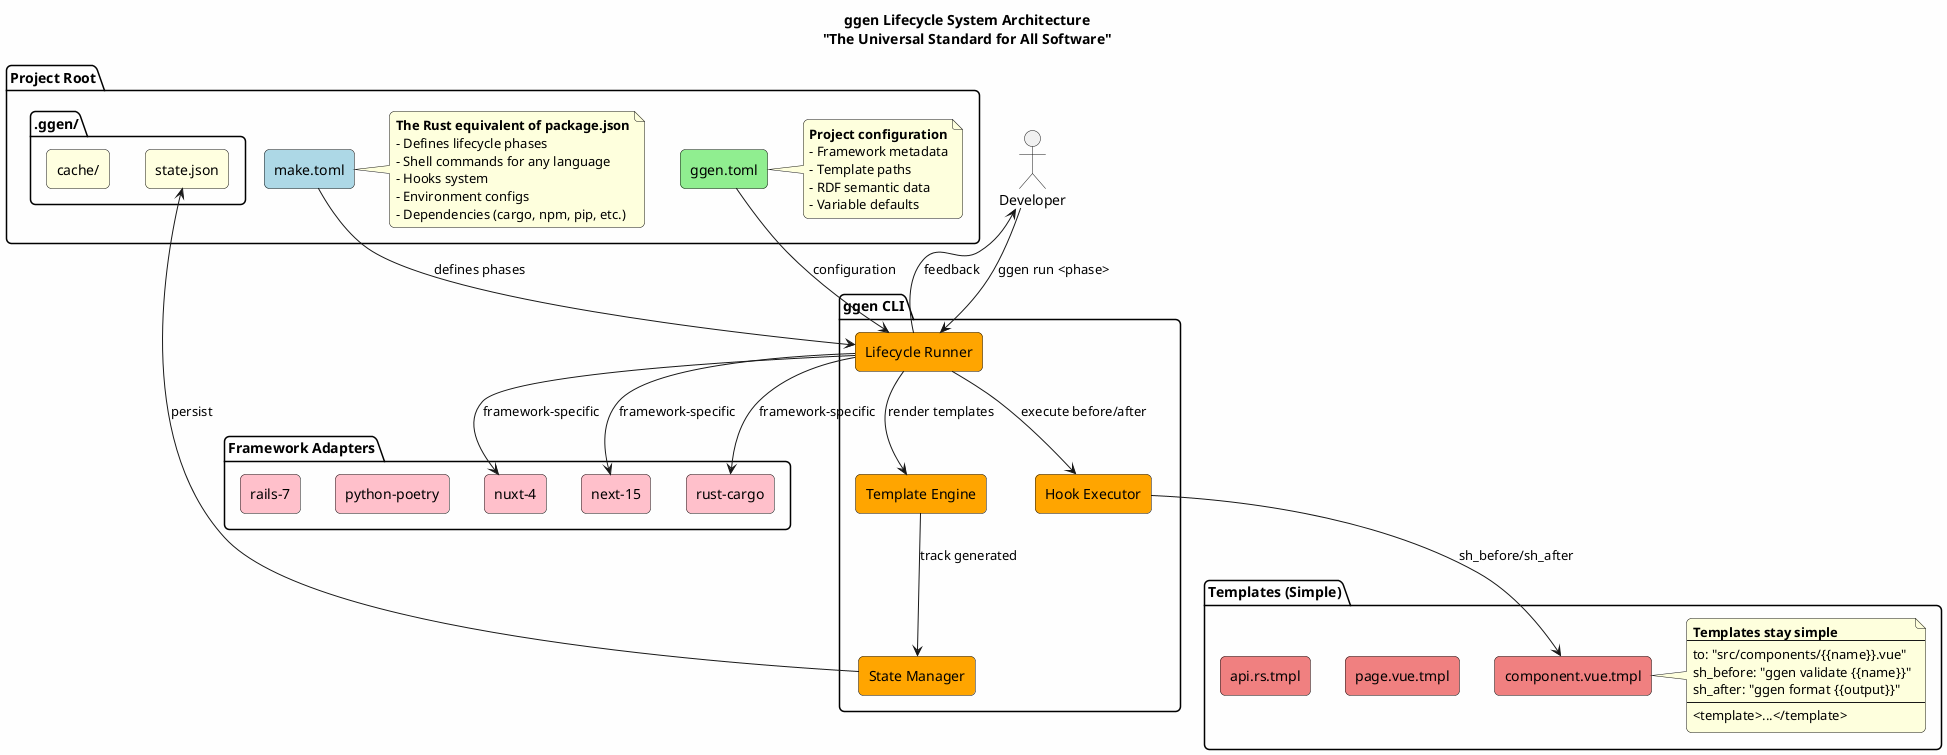
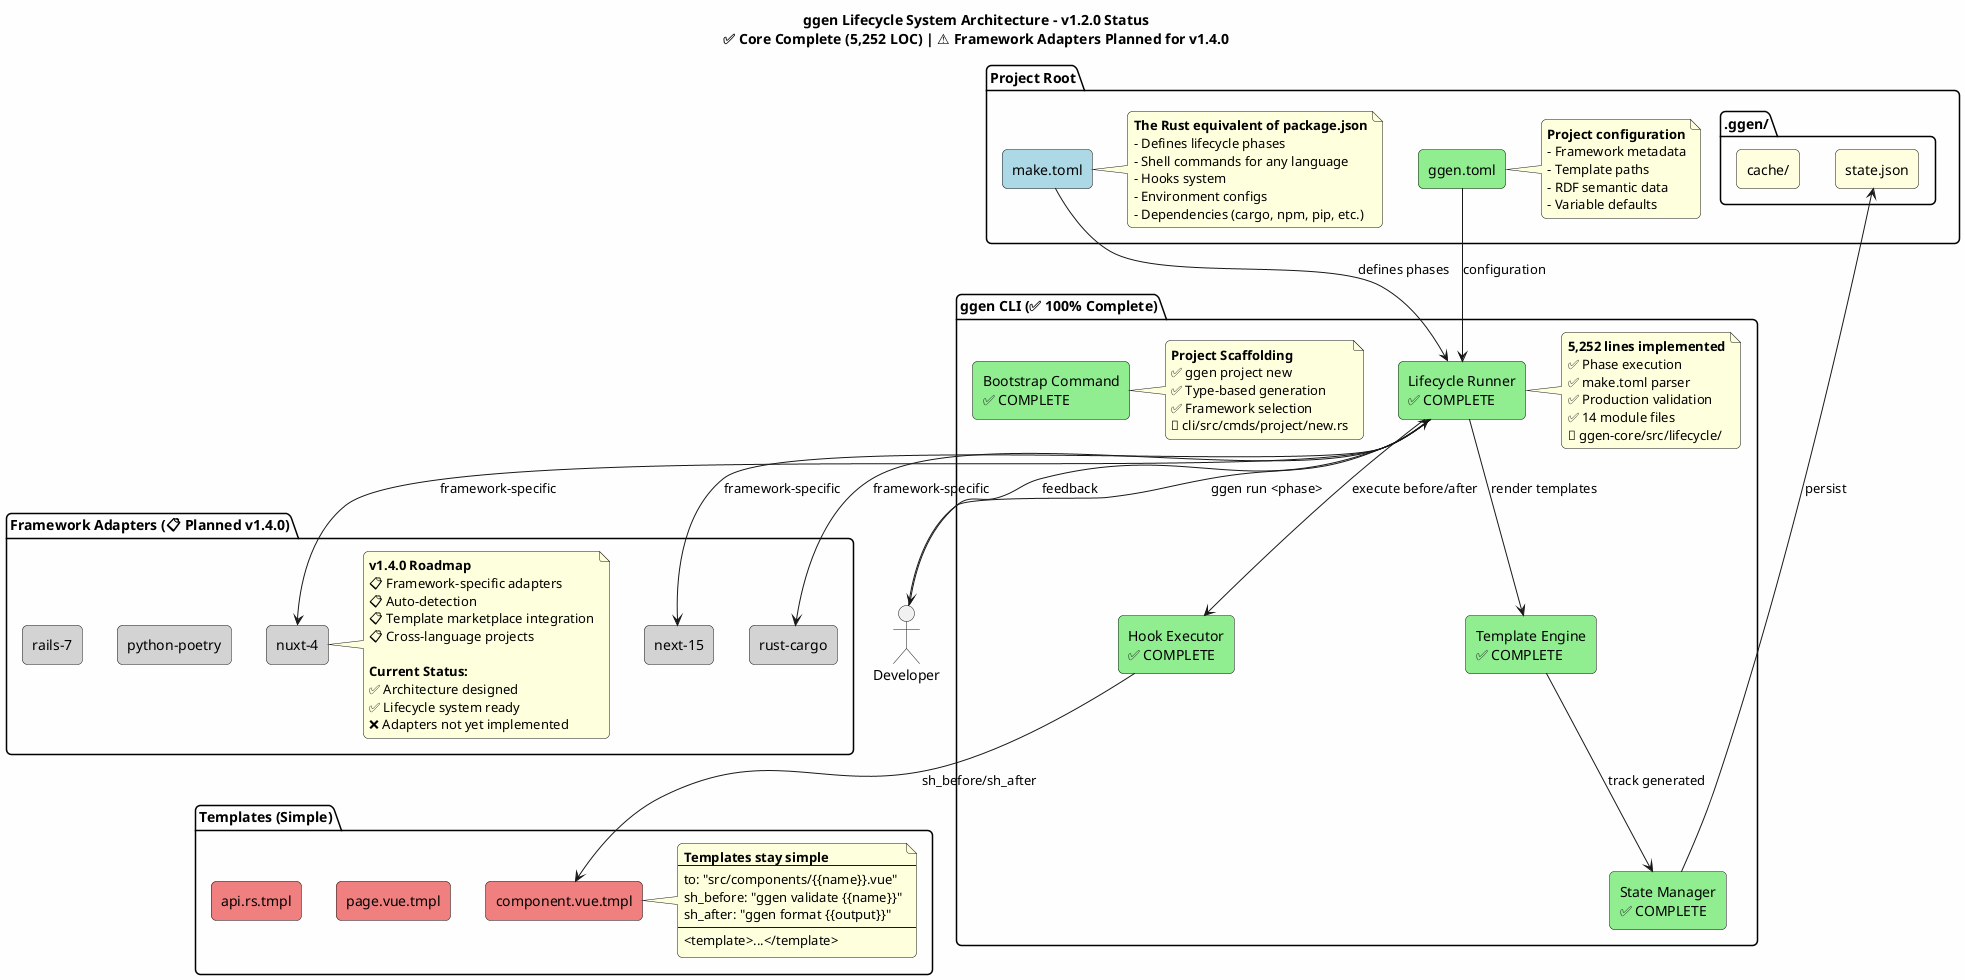
@startuml ggen-lifecycle-architecture

!define RECTANGLE class

skinparam componentStyle rectangle
skinparam backgroundColor #FEFEFE
skinparam roundcorner 10

- title ggen Lifecycle System Architecture\n"The Universal Standard for All Software"
+ title ggen Lifecycle System Architecture - v1.2.0 Status\n✅ Core Complete (5,252 LOC) | ⚠️ Framework Adapters Planned for v1.4.0

' Core Components
package "Project Root" {
  [make.toml] as make #LightBlue
  note right of make
    **The Rust equivalent of package.json**
    - Defines lifecycle phases
    - Shell commands for any language
    - Hooks system
    - Environment configs
    - Dependencies (cargo, npm, pip, etc.)
  end note

  [ggen.toml] as ggen #LightGreen
  note right of ggen
    **Project configuration**
    - Framework metadata
    - Template paths
    - RDF semantic data
    - Variable defaults
  end note

  folder ".ggen/" {
    [state.json] as state #LightYellow
    [cache/] as cache #LightYellow
  }
}

package "Templates (Simple)" {
  [component.vue.tmpl] as tmpl1 #LightCoral
  [page.vue.tmpl] as tmpl2 #LightCoral
  [api.rs.tmpl] as tmpl3 #LightCoral

  note right of tmpl1
    **Templates stay simple**
    ---
    to: "src/components/{{name}}.vue"
    sh_before: "ggen validate {{name}}"
    sh_after: "ggen format {{output}}"
    ---
    <template>...</template>
  end note
}

- package "ggen CLI" {
-   [Lifecycle Runner] as runner #Orange
-   [Hook Executor] as hooks #Orange
-   [State Manager] as statemgr #Orange
-   [Template Engine] as engine #Orange
+ package "ggen CLI (✅ 100% Complete)" {
+   [Lifecycle Runner\n✅ COMPLETE] as runner #LightGreen
+   [Hook Executor\n✅ COMPLETE] as hooks #LightGreen
+   [State Manager\n✅ COMPLETE] as statemgr #LightGreen
+   [Template Engine\n✅ COMPLETE] as engine #LightGreen
+   [Bootstrap Command\n✅ COMPLETE] as bootstrap #LightGreen
+ 
+   note right of runner
+     **5,252 lines implemented**
+     ✅ Phase execution
+     ✅ make.toml parser
+     ✅ Production validation
+     ✅ 14 module files
+     📁 ggen-core/src/lifecycle/
+   end note
+ 
+   note right of bootstrap
+     **Project Scaffolding**
+     ✅ ggen project new
+     ✅ Type-based generation
+     ✅ Framework selection
+     📁 cli/src/cmds/project/new.rs
+   end note
}

- package "Framework Adapters" {
-   [nuxt-4] as nuxt #Pink
-   [next-15] as next #Pink
-   [rust-cargo] as rust #Pink
-   [python-poetry] as python #Pink
-   [rails-7] as rails #Pink
+ package "Framework Adapters (📋 Planned v1.4.0)" {
+   [nuxt-4] as nuxt #LightGray
+   [next-15] as next #LightGray
+   [rust-cargo] as rust #LightGray
+   [python-poetry] as python #LightGray
+   [rails-7] as rails #LightGray
+ 
+   note right of nuxt
+     **v1.4.0 Roadmap**
+     📋 Framework-specific adapters
+     📋 Auto-detection
+     📋 Template marketplace integration
+     📋 Cross-language projects
+ 
+     **Current Status:**
+     ✅ Architecture designed
+     ✅ Lifecycle system ready
+     ❌ Adapters not yet implemented
+   end note
}

' Relationships
make --> runner : defines phases
ggen --> runner : configuration
runner --> hooks : execute before/after
hooks --> tmpl1 : sh_before/sh_after
runner --> engine : render templates
engine --> statemgr : track generated
statemgr --> state : persist
runner --> nuxt : framework-specific
runner --> next : framework-specific
runner --> rust : framework-specific

' User interaction
actor Developer
Developer --> runner : ggen run <phase>
runner --> Developer : feedback

@enduml
